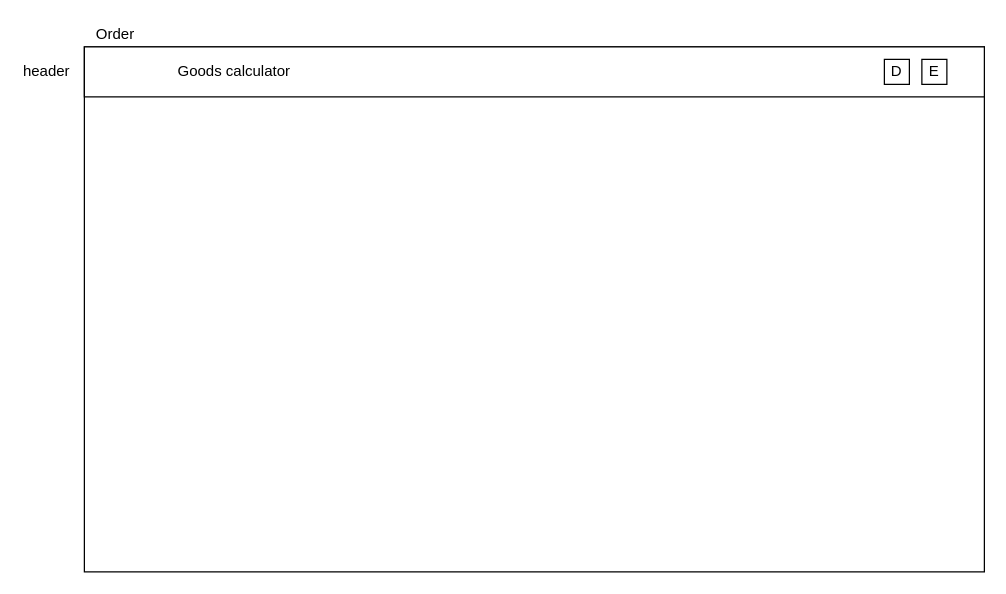
The draw.io diagram CalculatorLayout.drawio in PavelMikh/GoodsCostCalculator, before the edit. Source tidied: cells renumbered, new cells numbered last; positions are measured from the earlier drawing's top-left corner, leaving out a move shared by most shapes. Both pictures are drawn from the tidied source at 125%, with x=0, y=0 at pixel (21, 21).
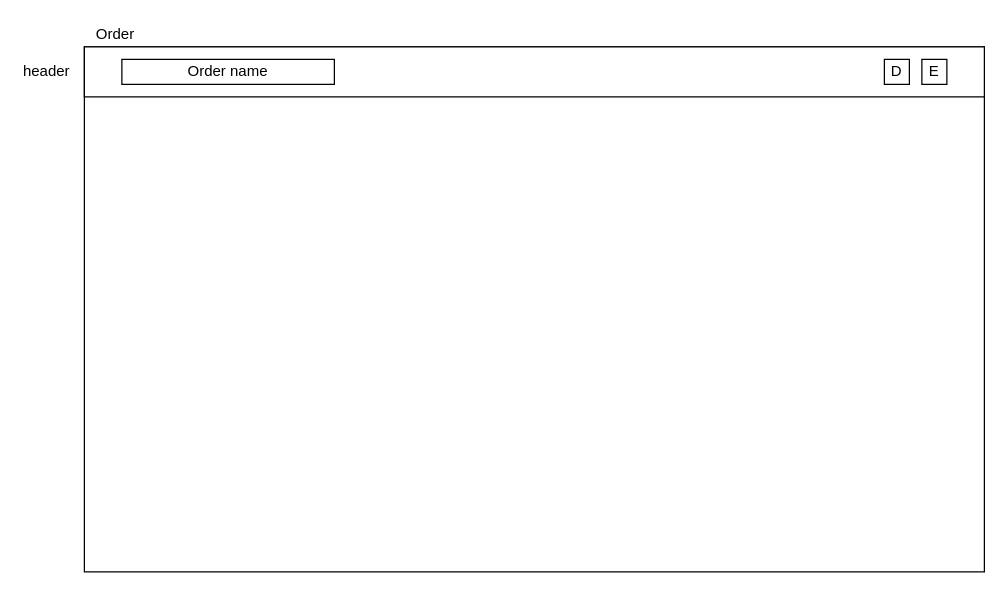
After the change.

What changed in the source:
```diff
@@
 <mxGraphModel>
   <root>
     <mxCell id="0" />
     <mxCell id="1" parent="0" />
     <mxCell id="2" style="rounded=0;whiteSpace=wrap;html=1;" parent="1" vertex="1">
       <mxGeometry x="50" y="20" width="720" height="420" as="geometry" />
     </mxCell>
     <mxCell id="3" style="rounded=0;whiteSpace=wrap;html=1;" parent="1" vertex="1">
       <mxGeometry x="50" y="20" width="720" height="40" as="geometry" />
     </mxCell>
-    <mxCell id="4" value="Goods calculator" style="text;html=1;strokeColor=none;fillColor=none;align=center;verticalAlign=middle;whiteSpace=wrap;rounded=0;" parent="1" vertex="1">
-      <mxGeometry x="80" y="30" width="180" height="20" as="geometry" />
-    </mxCell>
     <mxCell id="5" value="header" style="text;html=1;strokeColor=none;fillColor=none;align=center;verticalAlign=middle;whiteSpace=wrap;rounded=0;" parent="1" vertex="1">
       <mxGeometry y="30" width="40" height="20" as="geometry" />
     </mxCell>
     <mxCell id="6" value="Order" style="text;html=1;strokeColor=none;fillColor=none;align=center;verticalAlign=middle;whiteSpace=wrap;rounded=0;" parent="1" vertex="1">
       <mxGeometry x="50" width="50" height="20" as="geometry" />
     </mxCell>
     <mxCell id="7" value="D" style="rounded=0;whiteSpace=wrap;html=1;" parent="1" vertex="1">
       <mxGeometry x="690" y="30" width="20" height="20" as="geometry" />
     </mxCell>
     <mxCell id="8" value="E" style="rounded=0;whiteSpace=wrap;html=1;" parent="1" vertex="1">
       <mxGeometry x="720" y="30" width="20" height="20" as="geometry" />
     </mxCell>
+    <mxCell id="9" value="Order name" style="rounded=0;whiteSpace=wrap;html=1;" parent="1" vertex="1">
+      <mxGeometry x="80" y="30" width="170" height="20" as="geometry" />
+    </mxCell>
   </root>
 </mxGraphModel>
```
